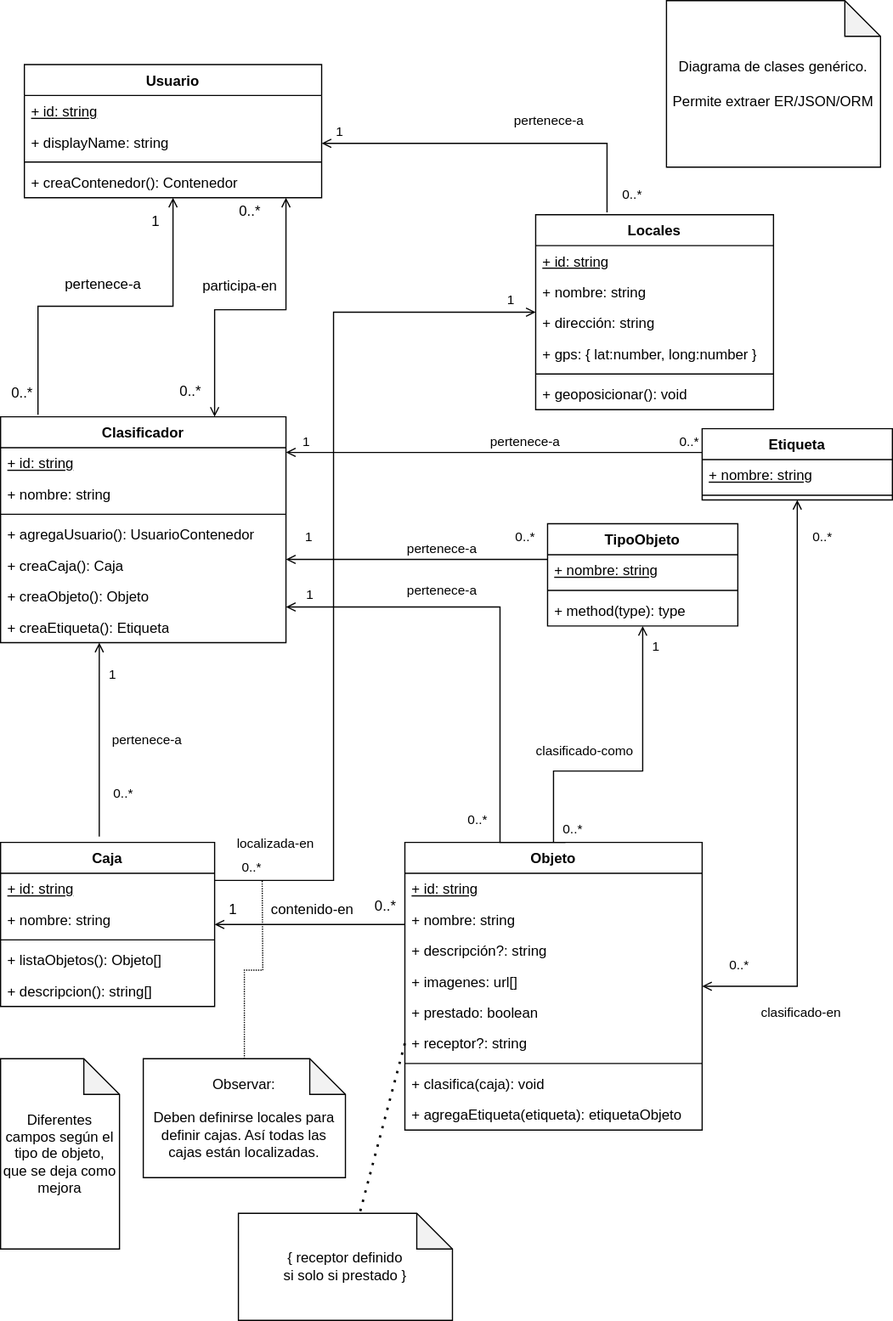
Before: doc/manifesto.drawio.svg, a diagram exported from draw.io (raxware/ion-manifesto). Source tidied: cells renumbered, new cells last; positions are measured from the earlier drawing's top-left corner, leaving out a move shared by most shapes.
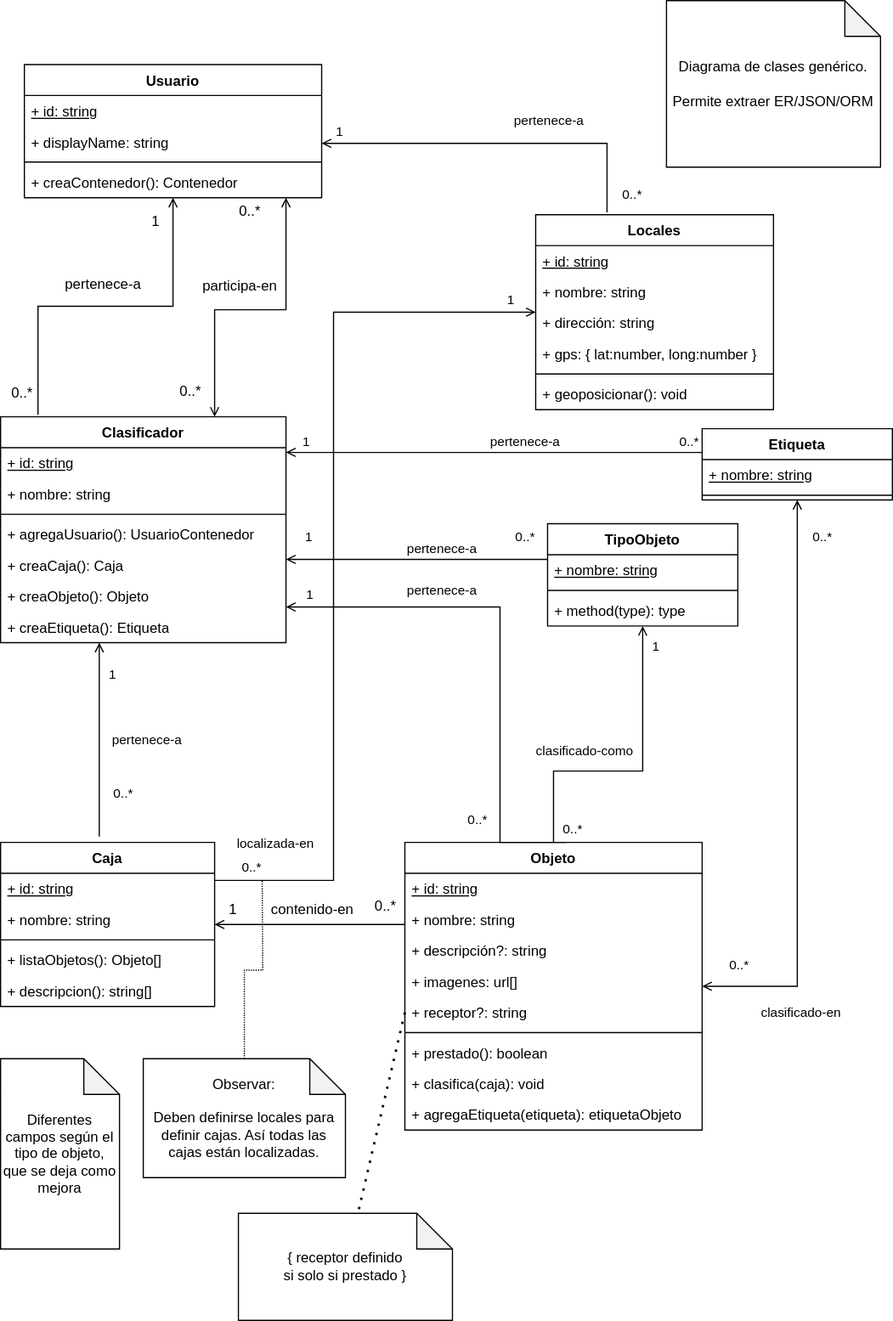
Later version of the same file.

Commit message:
cambio en definició de "prestado"

The edit, as a diff of the source:
```diff
@@ -64,15 +64,15 @@
     <mxCell id="18" value="+ imagenes: url[]" style="text;strokeColor=none;fillColor=none;align=left;verticalAlign=top;spacingLeft=4;spacingRight=4;overflow=hidden;whiteSpace=wrap;html=1;" parent="14" vertex="1">
       <mxGeometry y="104" width="250" height="26" as="geometry" />
     </mxCell>
-    <mxCell id="19" value="+ prestado: boolean" style="text;strokeColor=none;fillColor=none;align=left;verticalAlign=top;spacingLeft=4;spacingRight=4;overflow=hidden;whiteSpace=wrap;html=1;" parent="14" vertex="1">
-      <mxGeometry y="130" width="250" height="26" as="geometry" />
-    </mxCell>
     <mxCell id="20" value="+ receptor?: string" style="text;strokeColor=none;fillColor=none;align=left;verticalAlign=top;spacingLeft=4;spacingRight=4;overflow=hidden;points=[[0,0.5],[1,0.5]];portConstraint=eastwest;whiteSpace=wrap;html=1;" parent="14" vertex="1">
-      <mxGeometry y="156" width="250" height="26" as="geometry" />
+      <mxGeometry y="130" width="250" height="26" as="geometry" />
     </mxCell>
     <mxCell id="21" style="line;strokeWidth=1;fillColor=none;align=left;verticalAlign=middle;spacingTop=-1;spacingLeft=3;spacingRight=3;labelPosition=right;strokeColor=inherit;" parent="14" vertex="1">
-      <mxGeometry y="182" width="250" height="8" as="geometry" />
+      <mxGeometry y="156" width="250" height="8" as="geometry" />
     </mxCell>
+    <mxCell id="19" value="+ prestado(): boolean" style="text;strokeColor=none;fillColor=none;align=left;verticalAlign=top;spacingLeft=4;spacingRight=4;overflow=hidden;whiteSpace=wrap;html=1;" parent="14" vertex="1">
+      <mxGeometry y="164" width="250" height="26" as="geometry" />
+    </mxCell>
     <mxCell id="22" value="+ clasifica(caja): void" style="text;strokeColor=none;fillColor=none;align=left;verticalAlign=top;spacingLeft=4;spacingRight=4;overflow=hidden;whiteSpace=wrap;html=1;" parent="14" vertex="1">
       <mxGeometry y="190" width="250" height="26" as="geometry" />
     </mxCell>
```
